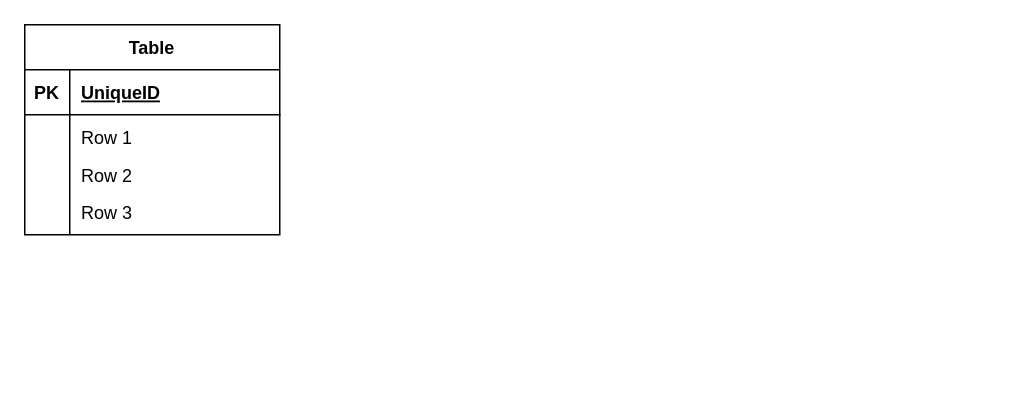
This is atte.dio from kaoriyama/Atte, a draw.io file, before an edit. Source tidied: cells renumbered, new cells numbered last; positions are measured from the earlier drawing's top-left corner, leaving out a move shared by most shapes. Both pictures are drawn from the tidied source at 150%, with x=0, y=0 at pixel (24, 24).
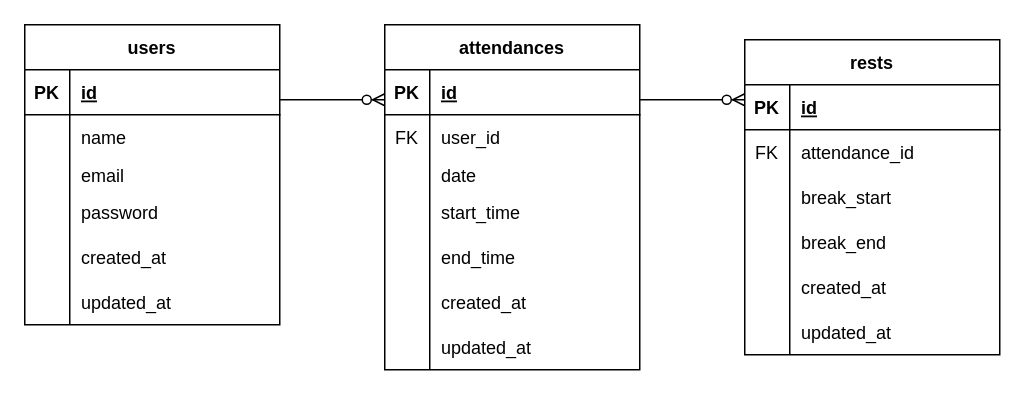
The same diagram, later.

Unchanged cells that the change refers to:
```xml
<mxCell id="3" style="shape=tableRow;horizontal=0;startSize=0;swimlaneHead=0;swimlaneBody=0;fillColor=none;top=0;left=0;right=0;bottom=1;" parent="2" vertex="1">
  <mxGeometry y="30" width="170" height="30" as="geometry" />
</mxCell>
<mxCell id="6" style="shape=tableRow;horizontal=0;startSize=0;swimlaneHead=0;swimlaneBody=0;fillColor=none;top=0;left=0;right=0;bottom=0;" parent="2" vertex="1">
  <mxGeometry y="60" width="170" height="30" as="geometry" />
</mxCell>
<mxCell id="9" style="shape=tableRow;horizontal=0;startSize=0;swimlaneHead=0;swimlaneBody=0;fillColor=none;top=0;left=0;right=0;bottom=0;" parent="2" vertex="1">
  <mxGeometry y="90" width="170" height="20" as="geometry" />
</mxCell>
<mxCell id="12" style="shape=tableRow;horizontal=0;startSize=0;swimlaneHead=0;swimlaneBody=0;fillColor=none;top=0;left=0;right=0;bottom=0;" parent="2" vertex="1">
  <mxGeometry y="110" width="170" height="30" as="geometry" />
</mxCell>
```

What changed in the source:
```diff
@@
-    <mxCell id="2" value="Table" style="shape=table;startSize=30;childLayout=tableLayout;rowLines=0;fontStyle=1;align=center;" parent="1" vertex="1">
-      <mxGeometry width="170" height="140" as="geometry" />
+    <mxCell id="2" value="users" style="shape=table;startSize=30;childLayout=tableLayout;rowLines=0;fontStyle=1;align=center;" parent="1" vertex="1">
+      <mxGeometry width="170" height="200" as="geometry" />
     </mxCell>
@@
-    <mxCell id="5" value="UniqueID" style="shape=partialRectangle;fillColor=none;top=0;left=0;bottom=0;right=0;align=left;spacingLeft=6;fontStyle=5;overflow=hidden;" parent="3" vertex="1">
+    <mxCell id="5" value="id" style="shape=partialRectangle;fillColor=none;top=0;left=0;bottom=0;right=0;align=left;spacingLeft=6;fontStyle=5;overflow=hidden;" parent="3" vertex="1">
       <mxGeometry x="30" width="140" height="30" as="geometry" />
     </mxCell>
@@
-    <mxCell id="8" value="Row 1" style="shape=partialRectangle;fillColor=none;top=0;left=0;bottom=0;right=0;align=left;spacingLeft=6;overflow=hidden;" parent="6" vertex="1">
+    <mxCell id="8" value="name" style="shape=partialRectangle;fillColor=none;top=0;left=0;bottom=0;right=0;align=left;spacingLeft=6;overflow=hidden;" parent="6" vertex="1">
       <mxGeometry x="30" width="140" height="30" as="geometry" />
     </mxCell>
@@
-    <mxCell id="11" value="Row 2" style="shape=partialRectangle;fillColor=none;top=0;left=0;bottom=0;right=0;align=left;spacingLeft=6;overflow=hidden;" parent="9" vertex="1">
+    <mxCell id="11" value="email" style="shape=partialRectangle;fillColor=none;top=0;left=0;bottom=0;right=0;align=left;spacingLeft=6;overflow=hidden;" parent="9" vertex="1">
       <mxGeometry x="30" width="140" height="20" as="geometry" />
     </mxCell>
@@
-    <mxCell id="14" value="Row 3" style="shape=partialRectangle;fillColor=none;top=0;left=0;bottom=0;right=0;align=left;spacingLeft=6;overflow=hidden;" parent="12" vertex="1">
+    <mxCell id="14" value="password" style="shape=partialRectangle;fillColor=none;top=0;left=0;bottom=0;right=0;align=left;spacingLeft=6;overflow=hidden;" parent="12" vertex="1">
       <mxGeometry x="30" width="140" height="30" as="geometry" />
     </mxCell>
+    <mxCell id="15" style="shape=tableRow;horizontal=0;startSize=0;swimlaneHead=0;swimlaneBody=0;fillColor=none;top=0;left=0;right=0;bottom=0;" parent="2" vertex="1">
+      <mxGeometry y="140" width="170" height="30" as="geometry" />
+    </mxCell>
+    <mxCell id="16" style="shape=partialRectangle;fillColor=none;top=0;left=0;bottom=0;right=0;overflow=hidden;" parent="15" vertex="1">
+      <mxGeometry width="30" height="30" as="geometry" />
+    </mxCell>
+    <mxCell id="17" value="created_at" style="shape=partialRectangle;fillColor=none;top=0;left=0;bottom=0;right=0;align=left;spacingLeft=6;overflow=hidden;" parent="15" vertex="1">
+      <mxGeometry x="30" width="140" height="30" as="geometry" />
+    </mxCell>
+    <mxCell id="18" style="shape=tableRow;horizontal=0;startSize=0;swimlaneHead=0;swimlaneBody=0;fillColor=none;top=0;left=0;right=0;bottom=0;" parent="2" vertex="1">
+      <mxGeometry y="170" width="170" height="30" as="geometry" />
+    </mxCell>
+    <mxCell id="19" style="shape=partialRectangle;fillColor=none;top=0;left=0;bottom=0;right=0;overflow=hidden;" parent="18" vertex="1">
+      <mxGeometry width="30" height="30" as="geometry" />
+    </mxCell>
+    <mxCell id="20" value="updated_at" style="shape=partialRectangle;fillColor=none;top=0;left=0;bottom=0;right=0;align=left;spacingLeft=6;overflow=hidden;" parent="18" vertex="1">
+      <mxGeometry x="30" width="140" height="30" as="geometry" />
+    </mxCell>
+    <mxCell id="21" value="attendances" style="shape=table;startSize=30;childLayout=tableLayout;rowLines=0;fontStyle=1;align=center;" parent="1" vertex="1">
+      <mxGeometry x="240" width="170" height="230" as="geometry" />
+    </mxCell>
+    <mxCell id="22" style="shape=tableRow;horizontal=0;startSize=0;swimlaneHead=0;swimlaneBody=0;fillColor=none;top=0;left=0;right=0;bottom=1;" parent="21" vertex="1">
+      <mxGeometry y="30" width="170" height="30" as="geometry" />
+    </mxCell>
+    <mxCell id="23" value="PK" style="shape=partialRectangle;fillColor=none;top=0;left=0;bottom=0;right=0;fontStyle=1;overflow=hidden;" parent="22" vertex="1">
+      <mxGeometry width="30" height="30" as="geometry" />
+    </mxCell>
+    <mxCell id="24" value="id" style="shape=partialRectangle;fillColor=none;top=0;left=0;bottom=0;right=0;align=left;spacingLeft=6;fontStyle=5;overflow=hidden;" parent="22" vertex="1">
+      <mxGeometry x="30" width="140" height="30" as="geometry" />
+    </mxCell>
+    <mxCell id="25" style="shape=tableRow;horizontal=0;startSize=0;swimlaneHead=0;swimlaneBody=0;fillColor=none;top=0;left=0;right=0;bottom=0;" parent="21" vertex="1">
+      <mxGeometry y="60" width="170" height="30" as="geometry" />
+    </mxCell>
+    <mxCell id="26" value="FK" style="shape=partialRectangle;fillColor=none;top=0;left=0;bottom=0;right=0;overflow=hidden;" parent="25" vertex="1">
+      <mxGeometry width="30" height="30" as="geometry" />
+    </mxCell>
+    <mxCell id="27" value="user_id" style="shape=partialRectangle;fillColor=none;top=0;left=0;bottom=0;right=0;align=left;spacingLeft=6;overflow=hidden;" parent="25" vertex="1">
+      <mxGeometry x="30" width="140" height="30" as="geometry" />
+    </mxCell>
+    <mxCell id="28" style="shape=tableRow;horizontal=0;startSize=0;swimlaneHead=0;swimlaneBody=0;fillColor=none;top=0;left=0;right=0;bottom=0;" parent="21" vertex="1">
+      <mxGeometry y="90" width="170" height="20" as="geometry" />
+    </mxCell>
+    <mxCell id="29" style="shape=partialRectangle;fillColor=none;top=0;left=0;bottom=0;right=0;overflow=hidden;" parent="28" vertex="1">
+      <mxGeometry width="30" height="20" as="geometry" />
+    </mxCell>
+    <mxCell id="30" value="date" style="shape=partialRectangle;fillColor=none;top=0;left=0;bottom=0;right=0;align=left;spacingLeft=6;overflow=hidden;" parent="28" vertex="1">
+      <mxGeometry x="30" width="140" height="20" as="geometry" />
+    </mxCell>
+    <mxCell id="31" style="shape=tableRow;horizontal=0;startSize=0;swimlaneHead=0;swimlaneBody=0;fillColor=none;top=0;left=0;right=0;bottom=0;" parent="21" vertex="1">
+      <mxGeometry y="110" width="170" height="30" as="geometry" />
+    </mxCell>
+    <mxCell id="32" style="shape=partialRectangle;fillColor=none;top=0;left=0;bottom=0;right=0;overflow=hidden;" parent="31" vertex="1">
+      <mxGeometry width="30" height="30" as="geometry" />
+    </mxCell>
+    <mxCell id="33" value="start_time" style="shape=partialRectangle;fillColor=none;top=0;left=0;bottom=0;right=0;align=left;spacingLeft=6;overflow=hidden;" parent="31" vertex="1">
+      <mxGeometry x="30" width="140" height="30" as="geometry" />
+    </mxCell>
+    <mxCell id="34" style="shape=tableRow;horizontal=0;startSize=0;swimlaneHead=0;swimlaneBody=0;fillColor=none;top=0;left=0;right=0;bottom=0;" parent="21" vertex="1">
+      <mxGeometry y="140" width="170" height="30" as="geometry" />
+    </mxCell>
+    <mxCell id="35" style="shape=partialRectangle;fillColor=none;top=0;left=0;bottom=0;right=0;overflow=hidden;" parent="34" vertex="1">
+      <mxGeometry width="30" height="30" as="geometry" />
+    </mxCell>
+    <mxCell id="36" value="end_time" style="shape=partialRectangle;fillColor=none;top=0;left=0;bottom=0;right=0;align=left;spacingLeft=6;overflow=hidden;" parent="34" vertex="1">
+      <mxGeometry x="30" width="140" height="30" as="geometry" />
+    </mxCell>
+    <mxCell id="37" style="shape=tableRow;horizontal=0;startSize=0;swimlaneHead=0;swimlaneBody=0;fillColor=none;top=0;left=0;right=0;bottom=0;" parent="21" vertex="1">
+      <mxGeometry y="170" width="170" height="30" as="geometry" />
+    </mxCell>
+    <mxCell id="38" style="shape=partialRectangle;fillColor=none;top=0;left=0;bottom=0;right=0;overflow=hidden;" parent="37" vertex="1">
+      <mxGeometry width="30" height="30" as="geometry" />
+    </mxCell>
+    <mxCell id="39" value="created_at" style="shape=partialRectangle;fillColor=none;top=0;left=0;bottom=0;right=0;align=left;spacingLeft=6;overflow=hidden;" parent="37" vertex="1">
+      <mxGeometry x="30" width="140" height="30" as="geometry" />
+    </mxCell>
+    <mxCell id="40" style="shape=tableRow;horizontal=0;startSize=0;swimlaneHead=0;swimlaneBody=0;fillColor=none;top=0;left=0;right=0;bottom=0;" parent="21" vertex="1">
+      <mxGeometry y="200" width="170" height="30" as="geometry" />
+    </mxCell>
+    <mxCell id="41" style="shape=partialRectangle;fillColor=none;top=0;left=0;bottom=0;right=0;overflow=hidden;" parent="40" vertex="1">
+      <mxGeometry width="30" height="30" as="geometry" />
+    </mxCell>
+    <mxCell id="42" value="updated_at" style="shape=partialRectangle;fillColor=none;top=0;left=0;bottom=0;right=0;align=left;spacingLeft=6;overflow=hidden;" parent="40" vertex="1">
+      <mxGeometry x="30" width="140" height="30" as="geometry" />
+    </mxCell>
+    <mxCell id="43" value="rests" style="shape=table;startSize=30;childLayout=tableLayout;rowLines=0;fontStyle=1;align=center;" parent="1" vertex="1">
+      <mxGeometry x="480" y="10" width="170" height="210" as="geometry" />
+    </mxCell>
+    <mxCell id="44" style="shape=tableRow;horizontal=0;startSize=0;swimlaneHead=0;swimlaneBody=0;fillColor=none;top=0;left=0;right=0;bottom=1;" parent="43" vertex="1">
+      <mxGeometry y="30" width="170" height="30" as="geometry" />
+    </mxCell>
+    <mxCell id="45" value="PK" style="shape=partialRectangle;fillColor=none;top=0;left=0;bottom=0;right=0;fontStyle=1;overflow=hidden;" parent="44" vertex="1">
+      <mxGeometry width="30" height="30" as="geometry" />
+    </mxCell>
+    <mxCell id="46" value="id" style="shape=partialRectangle;fillColor=none;top=0;left=0;bottom=0;right=0;align=left;spacingLeft=6;fontStyle=5;overflow=hidden;" parent="44" vertex="1">
+      <mxGeometry x="30" width="140" height="30" as="geometry" />
+    </mxCell>
+    <mxCell id="47" style="shape=tableRow;horizontal=0;startSize=0;swimlaneHead=0;swimlaneBody=0;fillColor=none;top=0;left=0;right=0;bottom=0;" parent="43" vertex="1">
+      <mxGeometry y="60" width="170" height="30" as="geometry" />
+    </mxCell>
+    <mxCell id="48" value="FK" style="shape=partialRectangle;fillColor=none;top=0;left=0;bottom=0;right=0;overflow=hidden;" parent="47" vertex="1">
+      <mxGeometry width="30" height="30" as="geometry" />
+    </mxCell>
+    <mxCell id="49" value="attendance_id" style="shape=partialRectangle;fillColor=none;top=0;left=0;bottom=0;right=0;align=left;spacingLeft=6;overflow=hidden;" parent="47" vertex="1">
+      <mxGeometry x="30" width="140" height="30" as="geometry" />
+    </mxCell>
+    <mxCell id="50" style="shape=tableRow;horizontal=0;startSize=0;swimlaneHead=0;swimlaneBody=0;fillColor=none;top=0;left=0;right=0;bottom=0;" parent="43" vertex="1">
+      <mxGeometry y="90" width="170" height="30" as="geometry" />
+    </mxCell>
+    <mxCell id="51" style="shape=partialRectangle;fillColor=none;top=0;left=0;bottom=0;right=0;overflow=hidden;" parent="50" vertex="1">
+      <mxGeometry width="30" height="30" as="geometry" />
+    </mxCell>
+    <mxCell id="52" value="break_start" style="shape=partialRectangle;fillColor=none;top=0;left=0;bottom=0;right=0;align=left;spacingLeft=6;overflow=hidden;" parent="50" vertex="1">
+      <mxGeometry x="30" width="140" height="30" as="geometry" />
+    </mxCell>
+    <mxCell id="53" style="shape=tableRow;horizontal=0;startSize=0;swimlaneHead=0;swimlaneBody=0;fillColor=none;top=0;left=0;right=0;bottom=0;" parent="43" vertex="1">
+      <mxGeometry y="120" width="170" height="30" as="geometry" />
+    </mxCell>
+    <mxCell id="54" style="shape=partialRectangle;fillColor=none;top=0;left=0;bottom=0;right=0;overflow=hidden;" parent="53" vertex="1">
+      <mxGeometry width="30" height="30" as="geometry" />
+    </mxCell>
+    <mxCell id="55" value="break_end" style="shape=partialRectangle;fillColor=none;top=0;left=0;bottom=0;right=0;align=left;spacingLeft=6;overflow=hidden;" parent="53" vertex="1">
+      <mxGeometry x="30" width="140" height="30" as="geometry" />
+    </mxCell>
+    <mxCell id="56" style="shape=tableRow;horizontal=0;startSize=0;swimlaneHead=0;swimlaneBody=0;fillColor=none;top=0;left=0;right=0;bottom=0;" parent="43" vertex="1">
+      <mxGeometry y="150" width="170" height="30" as="geometry" />
+    </mxCell>
+    <mxCell id="57" style="shape=partialRectangle;fillColor=none;top=0;left=0;bottom=0;right=0;overflow=hidden;" parent="56" vertex="1">
+      <mxGeometry width="30" height="30" as="geometry" />
+    </mxCell>
+    <mxCell id="58" value="created_at" style="shape=partialRectangle;fillColor=none;top=0;left=0;bottom=0;right=0;align=left;spacingLeft=6;overflow=hidden;" parent="56" vertex="1">
+      <mxGeometry x="30" width="140" height="30" as="geometry" />
+    </mxCell>
+    <mxCell id="59" style="shape=tableRow;horizontal=0;startSize=0;swimlaneHead=0;swimlaneBody=0;fillColor=none;top=0;left=0;right=0;bottom=0;" parent="43" vertex="1">
+      <mxGeometry y="180" width="170" height="30" as="geometry" />
+    </mxCell>
+    <mxCell id="60" style="shape=partialRectangle;fillColor=none;top=0;left=0;bottom=0;right=0;overflow=hidden;" parent="59" vertex="1">
+      <mxGeometry width="30" height="30" as="geometry" />
+    </mxCell>
+    <mxCell id="61" value="updated_at" style="shape=partialRectangle;fillColor=none;top=0;left=0;bottom=0;right=0;align=left;spacingLeft=6;overflow=hidden;" parent="59" vertex="1">
+      <mxGeometry x="30" width="140" height="30" as="geometry" />
+    </mxCell>
+    <mxCell id="62" style="edgeStyle=entityRelationEdgeStyle;fontSize=12;html=1;endArrow=ERzeroToMany;endFill=1;" parent="1" edge="1">
+      <mxGeometry relative="1" as="geometry">
+        <mxPoint x="170" y="50" as="sourcePoint" />
+        <mxPoint x="240" y="50" as="targetPoint" />
+      </mxGeometry>
+    </mxCell>
+    <mxCell id="63" style="edgeStyle=entityRelationEdgeStyle;fontSize=12;html=1;endArrow=ERzeroToMany;endFill=1;" parent="1" edge="1">
+      <mxGeometry relative="1" as="geometry">
+        <mxPoint x="410" y="50" as="sourcePoint" />
+        <mxPoint x="480" y="50" as="targetPoint" />
+      </mxGeometry>
+    </mxCell>
```
